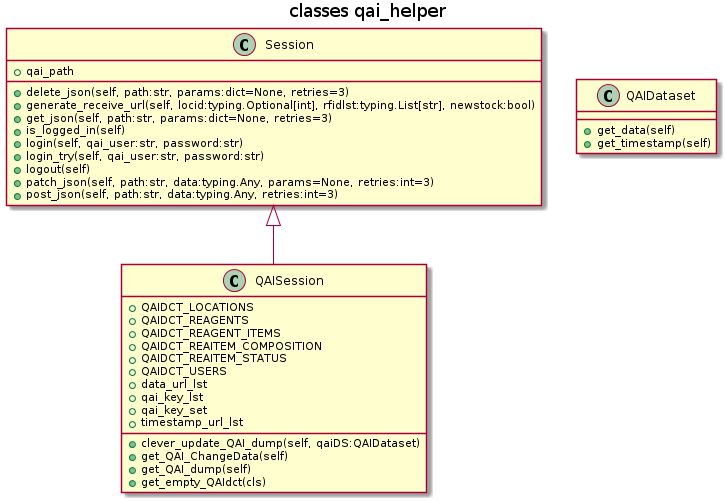
This is stocky-devel/stocky/docs/source/uml_images/classes_qai_helper_classes.png from cfe-lab/stocky, a PlantUML export, as it was before one commit. Source of this version:
```plantuml
@startuml
title classes qai_helper
class Session {
    +qai_path
    +delete_json(self, path:str, params:dict=None, retries=3)
    +generate_receive_url(self, locid:typing.Optional[int], rfidlst:typing.List[str], newstock:bool)
    +get_json(self, path:str, params:dict=None, retries=3)
    +is_logged_in(self)
    +login(self, qai_user:str, password:str)
    +login_try(self, qai_user:str, password:str)
    +logout(self)
    +patch_json(self, path:str, data:typing.Any, params=None, retries:int=3)
    +post_json(self, path:str, data:typing.Any, retries:int=3)
}
class QAIDataset {
    +get_data(self)
    +get_timestamp(self)
}
class QAISession {
    +QAIDCT_LOCATIONS
    +QAIDCT_REAGENTS
    +QAIDCT_REAGENT_ITEMS
    +QAIDCT_REAITEM_COMPOSITION
    +QAIDCT_REAITEM_STATUS
    +QAIDCT_USERS
    +data_url_lst
    +qai_key_lst
    +qai_key_set
    +timestamp_url_lst
    +clever_update_QAI_dump(self, qaiDS:QAIDataset)
    +get_QAI_ChangeData(self)
    +get_QAI_dump(self)
    +get_empty_QAIdct(cls)
}

Session <|-- QAISession

@enduml
```
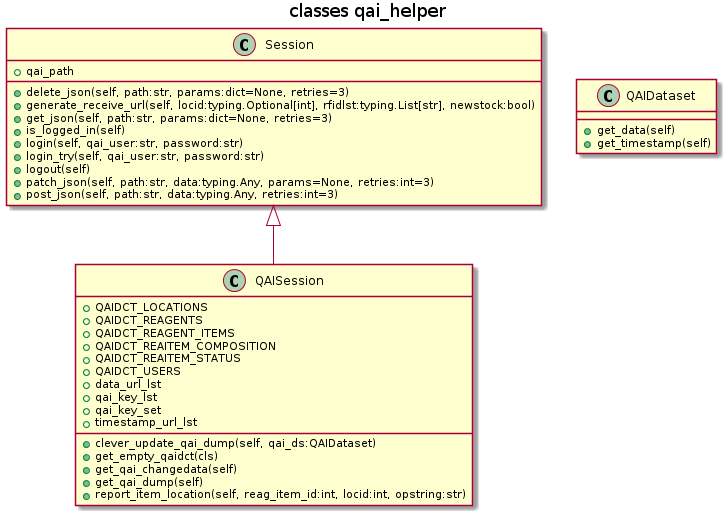
The same diagram one commit later.

The edit, as a diff of the source:
```diff
@@ -27,10 +27,11 @@
     +qai_key_lst
     +qai_key_set
     +timestamp_url_lst
-    +clever_update_QAI_dump(self, qaiDS:QAIDataset)
-    +get_QAI_ChangeData(self)
-    +get_QAI_dump(self)
-    +get_empty_QAIdct(cls)
+    +clever_update_qai_dump(self, qai_ds:QAIDataset)
+    +get_empty_qaidct(cls)
+    +get_qai_changedata(self)
+    +get_qai_dump(self)
+    +report_item_location(self, reag_item_id:int, locid:int, opstring:str)
 }
 
 Session <|-- QAISession
```
